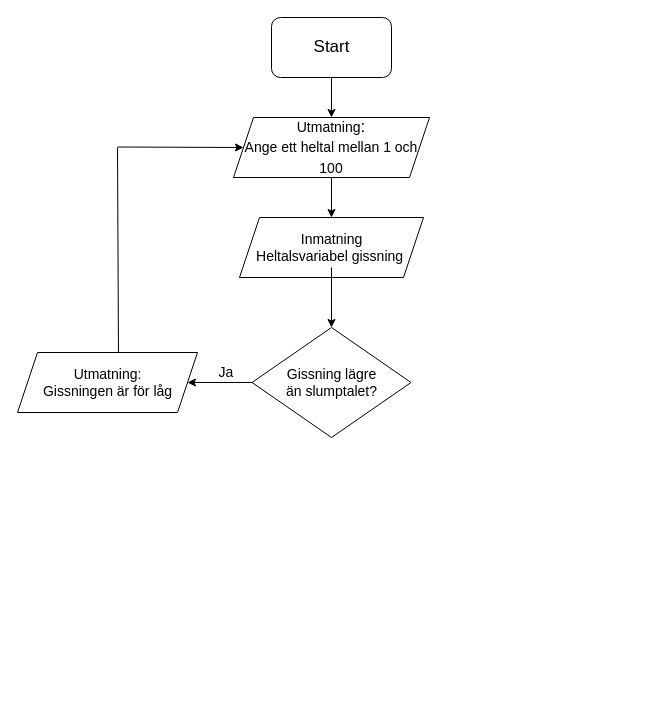
Before: Untitled Diagram.drawio in ida03/Test, a draw.io diagram. Source tidied: cells renumbered, new cells numbered last; positions are measured from the earlier drawing's top-left corner, leaving out a move shared by most shapes. Both pictures are drawn from the tidied source at 100%, with x=0, y=0 at pixel (17, 17).
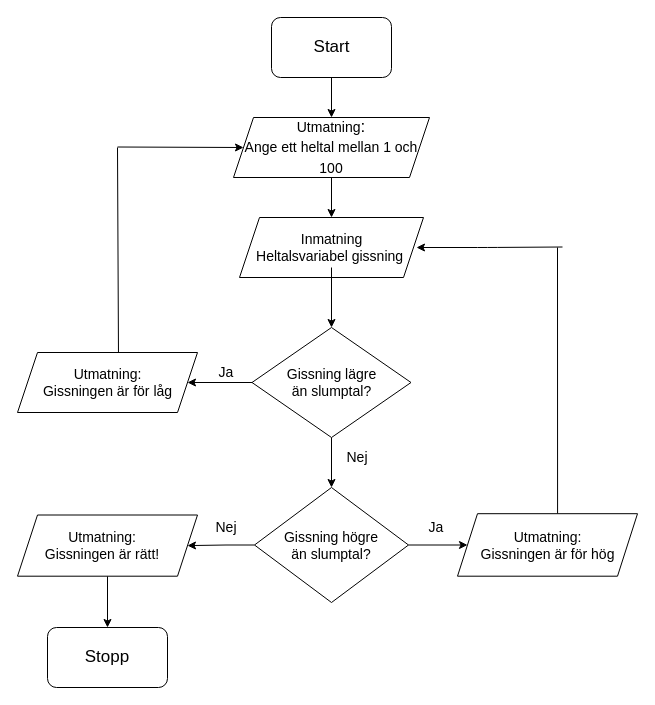
Above is the later version.

Unchanged cells that the change refers to:
```xml
<mxCell id="9" value="Inmatning&lt;br&gt;Heltalsvariabel gissning&amp;nbsp;" style="text;html=1;align=center;verticalAlign=middle;points=[];fillColor=none;strokeColor=none;rounded=0;fontSize=14;" parent="1" vertex="1">
  <mxGeometry x="229" y="210" width="170" height="40" as="geometry" />
</mxCell>
<mxCell id="11" style="rhombus;whiteSpace=wrap;html=1;fontSize=14;" parent="1" vertex="1">
  <mxGeometry x="234.5" y="310" width="159" height="110" as="geometry" />
</mxCell>
```

Change to the diagram source:
```diff
@@
+    <mxCell id="18" style="edgeStyle=orthogonalEdgeStyle;rounded=0;jettySize=auto;html=1;fontSize=14;" parent="1" edge="1" source="11" target="21">
+      <mxGeometry relative="1" as="geometry" />
+    </mxCell>
@@
-    <mxCell id="12" value="Gissning lägre &lt;br&gt;än slumptalet?" style="text;html=1;align=center;verticalAlign=middle;fillColor=none;strokeColor=none;rounded=0;fontSize=14;" parent="1" vertex="1">
+    <mxCell id="12" value="Gissning lägre &lt;br&gt;än slumptal?" style="text;html=1;align=center;verticalAlign=middle;fillColor=none;strokeColor=none;rounded=0;fontSize=14;" parent="1" vertex="1">
       <mxGeometry x="259" y="345" width="110" height="40" as="geometry" />
     </mxCell>
@@
+    <mxCell id="19" style="edgeStyle=orthogonalEdgeStyle;rounded=0;jettySize=auto;html=1;fontSize=14;" parent="1" edge="1" source="21" target="24">
+      <mxGeometry relative="1" as="geometry" />
+    </mxCell>
+    <mxCell id="20" style="edgeStyle=orthogonalEdgeStyle;rounded=0;jettySize=auto;html=1;fontSize=14;" parent="1" edge="1" source="21" target="30">
+      <mxGeometry relative="1" as="geometry" />
+    </mxCell>
+    <mxCell id="21" style="rhombus;whiteSpace=wrap;html=1;fontSize=14;" parent="1" vertex="1">
+      <mxGeometry x="237" y="470" width="154" height="115" as="geometry" />
+    </mxCell>
+    <mxCell id="22" value="Gissning högre än slumptal?" style="text;html=1;strokeColor=none;fillColor=none;align=center;verticalAlign=middle;whiteSpace=wrap;rounded=0;fontSize=14;" parent="1" vertex="1">
+      <mxGeometry x="264" y="517.5" width="100" height="20" as="geometry" />
+    </mxCell>
+    <mxCell id="23" value="Nej" style="text;html=1;strokeColor=none;fillColor=none;align=center;verticalAlign=middle;whiteSpace=wrap;rounded=0;fontSize=14;" parent="1" vertex="1">
+      <mxGeometry x="320" y="430" width="40" height="20" as="geometry" />
+    </mxCell>
+    <mxCell id="24" style="shape=parallelogram;perimeter=parallelogramPerimeter;whiteSpace=wrap;html=1;fixedSize=1;fontSize=14;" parent="1" vertex="1">
+      <mxGeometry x="440" y="496.2" width="180" height="62.5" as="geometry" />
+    </mxCell>
+    <mxCell id="25" value="Utmatning:&lt;br&gt;Gissningen är för hög" style="text;html=1;strokeColor=none;fillColor=none;align=center;verticalAlign=middle;whiteSpace=wrap;rounded=0;fontSize=14;" parent="1" vertex="1">
+      <mxGeometry x="459.5" y="517.5" width="141" height="20" as="geometry" />
+    </mxCell>
+    <mxCell id="26" value="Ja" style="text;html=1;strokeColor=none;fillColor=none;align=center;verticalAlign=middle;whiteSpace=wrap;rounded=0;fontSize=14;" parent="1" vertex="1">
+      <mxGeometry x="399" y="500" width="40" height="20" as="geometry" />
+    </mxCell>
+    <mxCell id="27" style="endArrow=none;html=1;fontSize=14;exitX=0.556;exitY=-0.004;exitDx=0;exitDy=0;exitPerimeter=0;" parent="1" edge="1" source="24">
+      <mxGeometry relative="1" as="geometry">
+        <mxPoint x="540" y="230" as="targetPoint" />
+      </mxGeometry>
+    </mxCell>
+    <mxCell id="28" style="endArrow=classic;html=1;fontSize=14;" parent="1" edge="1" target="9">
+      <mxGeometry relative="1" as="geometry">
+        <mxPoint x="545" y="229.5" as="sourcePoint" />
+        <Array as="points">
+          <mxPoint x="470" y="230" />
+        </Array>
+      </mxGeometry>
+    </mxCell>
+    <mxCell id="29" style="edgeStyle=orthogonalEdgeStyle;rounded=0;jettySize=auto;html=1;fontSize=14;" parent="1" edge="1" source="30" target="33">
+      <mxGeometry relative="1" as="geometry" />
+    </mxCell>
+    <mxCell id="30" style="shape=parallelogram;perimeter=parallelogramPerimeter;whiteSpace=wrap;html=1;fixedSize=1;fontSize=14;" parent="1" vertex="1">
+      <mxGeometry y="497.5" width="180" height="61.2" as="geometry" />
+    </mxCell>
+    <mxCell id="31" value="Nej" style="text;html=1;strokeColor=none;fillColor=none;align=center;verticalAlign=middle;whiteSpace=wrap;rounded=0;fontSize=14;" parent="1" vertex="1">
+      <mxGeometry x="189" y="500" width="40" height="20" as="geometry" />
+    </mxCell>
+    <mxCell id="32" value="Utmatning:&lt;br&gt;Gissningen är rätt!" style="text;html=1;strokeColor=none;fillColor=none;align=center;verticalAlign=middle;whiteSpace=wrap;rounded=0;fontSize=14;" parent="1" vertex="1">
+      <mxGeometry x="20" y="518.1" width="130" height="20" as="geometry" />
+    </mxCell>
+    <mxCell id="33" style="rounded=1;whiteSpace=wrap;html=1;fontSize=14;" parent="1" vertex="1">
+      <mxGeometry x="30" y="610" width="120" height="60" as="geometry" />
+    </mxCell>
+    <mxCell id="34" value="&lt;font style=&quot;font-size: 17px&quot;&gt;Stopp&lt;/font&gt;" style="text;html=1;strokeColor=none;fillColor=none;align=center;verticalAlign=middle;whiteSpace=wrap;rounded=0;fontSize=14;" parent="1" vertex="1">
+      <mxGeometry x="70" y="630" width="40" height="20" as="geometry" />
+    </mxCell>
```
